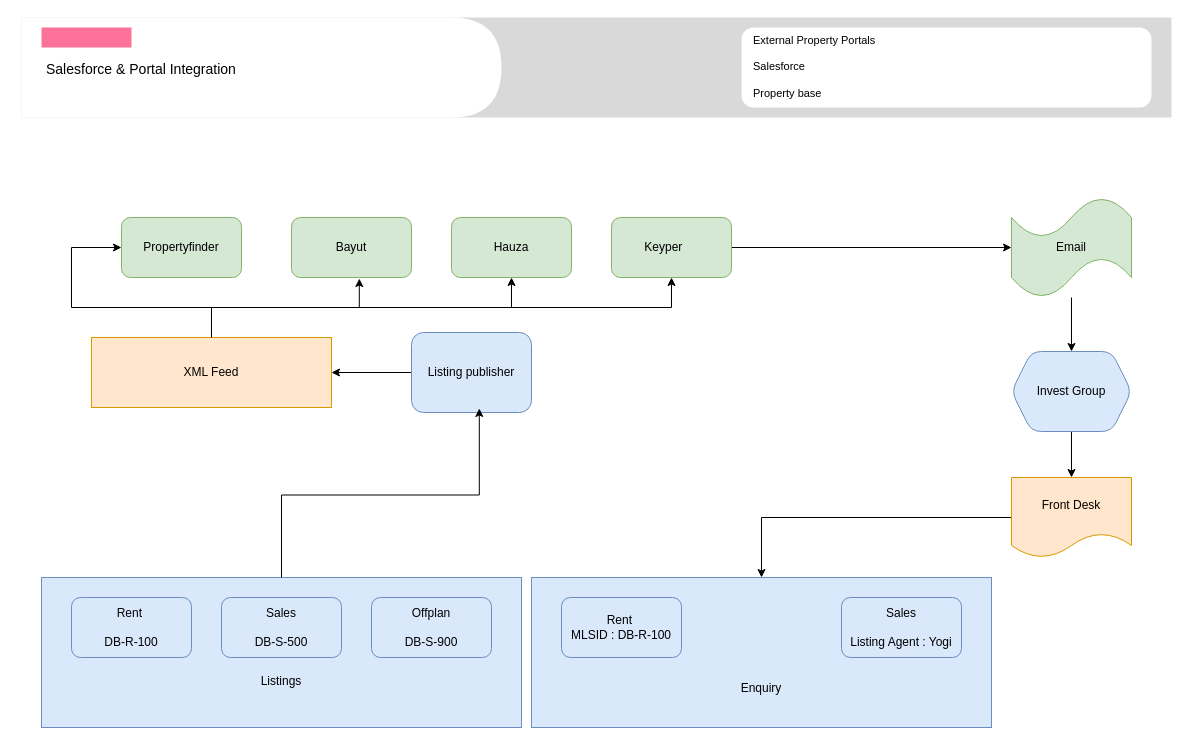
ybbhosale2023/Propertybase keeps this draw.io diagram as page "Portal Email Integration" (11 of 23) of Real Estate Business.drawio. Above is the earlier version. Source tidied: cells renumbered, new cells numbered last; positions are measured from the earlier drawing's top-left corner, leaving out a move shared by most shapes. Both pictures are drawn from the tidied source at 100%, with x=0, y=0 at pixel (21, 17).
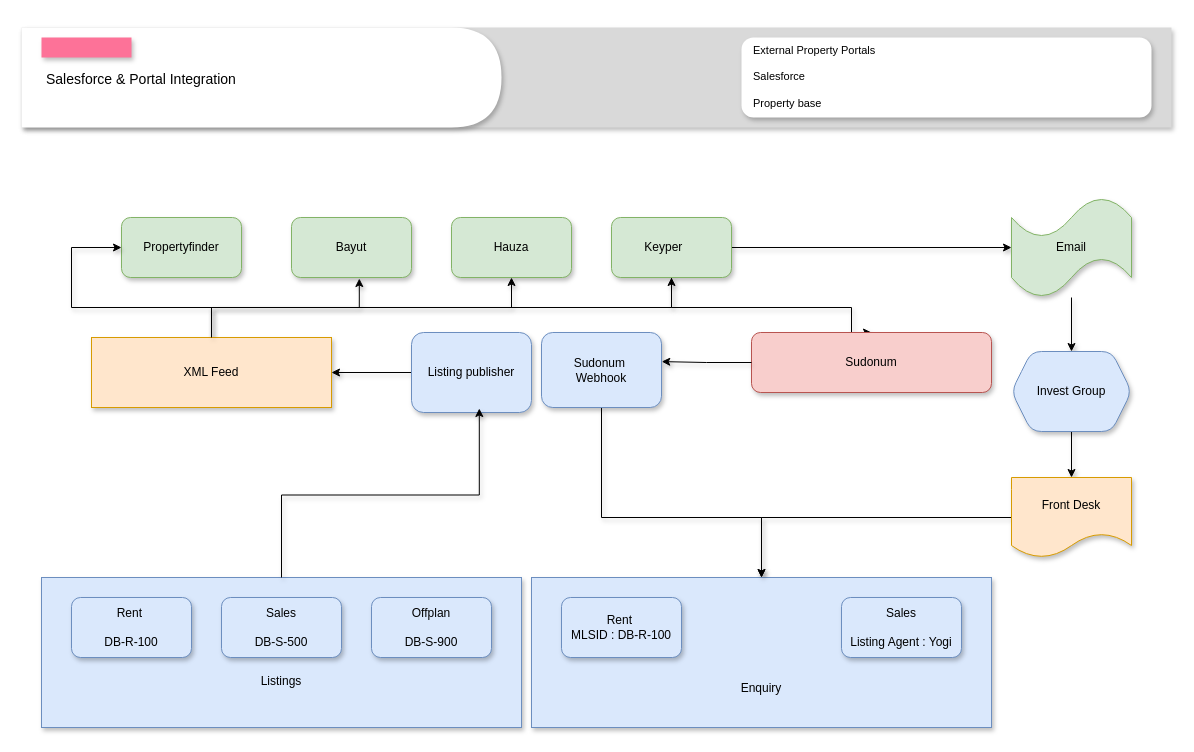
The same diagram, later.

What changed in the source:
```diff
@@
-    <mxCell id="2" style="strokeColor=none;fillColor=#d9d9d9;" parent="1" vertex="1">
-      <mxGeometry width="1150" height="100" as="geometry" />
+    <mxCell id="2" style="strokeColor=none;fillColor=#d9d9d9;shadow=1;" parent="1" vertex="1">
+      <mxGeometry y="10" width="1150" height="100" as="geometry" />
     </mxCell>
-    <mxCell id="3" style="shape=delay;whiteSpace=wrap;html=1;strokeColor=none;" parent="2" vertex="1">
+    <mxCell id="3" style="shape=delay;whiteSpace=wrap;html=1;strokeColor=none;shadow=1;" parent="2" vertex="1">
       <mxGeometry width="480" height="100" relative="1" as="geometry" />
     </mxCell>
-    <mxCell id="4" style="rounded=0;whiteSpace=wrap;html=1;fillColor=#fd7298;strokeColor=none;align=left;spacingLeft=5;fontSize=10;" parent="3" vertex="1">
+    <mxCell id="4" style="rounded=0;whiteSpace=wrap;html=1;fillColor=#fd7298;strokeColor=none;align=left;spacingLeft=5;fontSize=10;shadow=1;" parent="3" vertex="1">
       <mxGeometry width="90" height="20" relative="1" as="geometry">
         <mxPoint x="20" y="10" as="offset" />
       </mxGeometry>
     </mxCell>
-    <mxCell id="5" value="&lt;h3&gt;&lt;span style=&quot;background-color: initial; font-weight: normal; font-size: 14px;&quot;&gt;Salesforce &amp;amp; Portal Integration&amp;nbsp;&lt;/span&gt;&lt;/h3&gt;&lt;h3&gt;&lt;br&gt;&lt;/h3&gt;" style="text;html=1;strokeColor=none;fillColor=none;spacing=5;spacingTop=-20;whiteSpace=wrap;overflow=hidden;rounded=0;" parent="3" vertex="1">
+    <mxCell id="5" value="&lt;h3&gt;&lt;span style=&quot;background-color: initial; font-weight: normal; font-size: 14px;&quot;&gt;Salesforce &amp;amp; Portal Integration&amp;nbsp;&lt;/span&gt;&lt;/h3&gt;&lt;h3&gt;&lt;br&gt;&lt;/h3&gt;" style="text;html=1;strokeColor=none;fillColor=none;spacing=5;spacingTop=-20;whiteSpace=wrap;overflow=hidden;rounded=0;shadow=1;" parent="3" vertex="1">
       <mxGeometry width="440" height="100" relative="1" as="geometry">
         <mxPoint x="20" y="40" as="offset" />
       </mxGeometry>
     </mxCell>
-    <mxCell id="6" value="External Property Portals&lt;div&gt;&lt;br&gt;&lt;div&gt;Salesforce&amp;nbsp;&lt;/div&gt;&lt;/div&gt;&lt;div&gt;&lt;br&gt;&lt;/div&gt;&lt;div&gt;Property base&amp;nbsp;&lt;/div&gt;" style="rounded=1;whiteSpace=wrap;html=1;strokeColor=none;verticalAlign=top;align=left;spacingLeft=10;fontSize=11;" parent="2" vertex="1">
+    <mxCell id="6" value="External Property Portals&lt;div&gt;&lt;br&gt;&lt;div&gt;Salesforce&amp;nbsp;&lt;/div&gt;&lt;/div&gt;&lt;div&gt;&lt;br&gt;&lt;/div&gt;&lt;div&gt;Property base&amp;nbsp;&lt;/div&gt;" style="rounded=1;whiteSpace=wrap;html=1;strokeColor=none;verticalAlign=top;align=left;spacingLeft=10;fontSize=11;shadow=1;" parent="2" vertex="1">
       <mxGeometry x="1" width="410" height="80" relative="1" as="geometry">
         <mxPoint x="-430" y="10" as="offset" />
       </mxGeometry>
     </mxCell>
-    <mxCell id="7" value="Propertyfinder" style="rounded=1;whiteSpace=wrap;html=1;fillColor=#d5e8d4;strokeColor=#82b366;" parent="1" vertex="1">
+    <mxCell id="7" value="Propertyfinder" style="rounded=1;whiteSpace=wrap;html=1;fillColor=#d5e8d4;strokeColor=#82b366;shadow=1;" parent="1" vertex="1">
       <mxGeometry x="100" y="200" width="120" height="60" as="geometry" />
     </mxCell>
-    <mxCell id="8" value="Bayut" style="rounded=1;whiteSpace=wrap;html=1;fillColor=#d5e8d4;strokeColor=#82b366;" parent="1" vertex="1">
+    <mxCell id="8" value="Bayut" style="rounded=1;whiteSpace=wrap;html=1;fillColor=#d5e8d4;strokeColor=#82b366;shadow=1;" parent="1" vertex="1">
       <mxGeometry x="270" y="200" width="120" height="60" as="geometry" />
     </mxCell>
-    <mxCell id="9" value="Hauza" style="rounded=1;whiteSpace=wrap;html=1;fillColor=#d5e8d4;strokeColor=#82b366;" parent="1" vertex="1">
+    <mxCell id="9" value="Hauza" style="rounded=1;whiteSpace=wrap;html=1;fillColor=#d5e8d4;strokeColor=#82b366;shadow=1;" parent="1" vertex="1">
       <mxGeometry x="430" y="200" width="120" height="60" as="geometry" />
     </mxCell>
-    <mxCell id="10" style="edgeStyle=orthogonalEdgeStyle;rounded=0;jettySize=auto;html=1;" parent="1" edge="1" source="11" target="25">
+    <mxCell id="10" style="edgeStyle=orthogonalEdgeStyle;rounded=0;jettySize=auto;html=1;shadow=1;" parent="1" edge="1" source="11" target="25">
       <mxGeometry relative="1" as="geometry" />
     </mxCell>
+    <mxCell id="33" style="edgeStyle=orthogonalEdgeStyle;rounded=0;jettySize=auto;html=1;entryX=0.5;entryY=0;entryDx=0;entryDy=0;shadow=1;" parent="1" edge="1" source="11" target="34">
+      <mxGeometry relative="1" as="geometry">
+        <Array as="points">
+          <mxPoint x="650" y="290" />
+          <mxPoint x="830" y="290" />
+        </Array>
+      </mxGeometry>
+    </mxCell>
-    <mxCell id="11" value="Keyper&lt;span style=&quot;white-space: pre;&quot;&gt;&#9;&lt;/span&gt;" style="rounded=1;whiteSpace=wrap;html=1;fillColor=#d5e8d4;strokeColor=#82b366;" parent="1" vertex="1">
+    <mxCell id="11" value="Keyper&lt;span style=&quot;white-space: pre;&quot;&gt;&#9;&lt;/span&gt;" style="rounded=1;whiteSpace=wrap;html=1;fillColor=#d5e8d4;strokeColor=#82b366;shadow=1;" parent="1" vertex="1">
       <mxGeometry x="590" y="200" width="120" height="60" as="geometry" />
     </mxCell>
-    <mxCell id="12" style="edgeStyle=orthogonalEdgeStyle;rounded=0;jettySize=auto;html=1;entryX=0;entryY=0.5;entryDx=0;entryDy=0;" parent="1" edge="1" source="15" target="7">
+    <mxCell id="12" style="edgeStyle=orthogonalEdgeStyle;rounded=0;jettySize=auto;html=1;entryX=0;entryY=0.5;entryDx=0;entryDy=0;shadow=1;" parent="1" edge="1" source="15" target="7">
       <mxGeometry relative="1" as="geometry" />
     </mxCell>
-    <mxCell id="13" style="edgeStyle=orthogonalEdgeStyle;rounded=0;jettySize=auto;html=1;entryX=0.5;entryY=1;entryDx=0;entryDy=0;" parent="1" edge="1" source="15" target="9">
+    <mxCell id="13" style="edgeStyle=orthogonalEdgeStyle;rounded=0;jettySize=auto;html=1;entryX=0.5;entryY=1;entryDx=0;entryDy=0;shadow=1;" parent="1" edge="1" source="15" target="9">
       <mxGeometry relative="1" as="geometry">
         <Array as="points">
           <mxPoint x="190" y="290" />
           <mxPoint x="490" y="290" />
         </Array>
       </mxGeometry>
     </mxCell>
-    <mxCell id="14" style="edgeStyle=orthogonalEdgeStyle;rounded=0;jettySize=auto;html=1;entryX=0.5;entryY=1;entryDx=0;entryDy=0;" parent="1" edge="1" source="15" target="11">
+    <mxCell id="14" style="edgeStyle=orthogonalEdgeStyle;rounded=0;jettySize=auto;html=1;entryX=0.5;entryY=1;entryDx=0;entryDy=0;shadow=1;" parent="1" edge="1" source="15" target="11">
       <mxGeometry relative="1" as="geometry">
         <Array as="points">
           <mxPoint x="190" y="290" />
           <mxPoint x="650" y="290" />
         </Array>
       </mxGeometry>
     </mxCell>
-    <mxCell id="15" value="XML Feed" style="rounded=0;whiteSpace=wrap;html=1;fillColor=#ffe6cc;strokeColor=#d79b00;" parent="1" vertex="1">
+    <mxCell id="15" value="XML Feed" style="rounded=0;whiteSpace=wrap;html=1;fillColor=#ffe6cc;strokeColor=#d79b00;shadow=1;" parent="1" vertex="1">
       <mxGeometry x="70" y="320" width="240" height="70" as="geometry" />
     </mxCell>
-    <mxCell id="16" style="edgeStyle=orthogonalEdgeStyle;rounded=0;jettySize=auto;html=1;entryX=1;entryY=0.5;entryDx=0;entryDy=0;" parent="1" edge="1" source="17" target="15">
+    <mxCell id="16" style="edgeStyle=orthogonalEdgeStyle;rounded=0;jettySize=auto;html=1;entryX=1;entryY=0.5;entryDx=0;entryDy=0;shadow=1;" parent="1" edge="1" source="17" target="15">
       <mxGeometry relative="1" as="geometry" />
     </mxCell>
-    <mxCell id="17" value="Listing publisher" style="rounded=1;whiteSpace=wrap;html=1;fillColor=#dae8fc;strokeColor=#6c8ebf;" parent="1" vertex="1">
+    <mxCell id="17" value="Listing publisher" style="rounded=1;whiteSpace=wrap;html=1;fillColor=#dae8fc;strokeColor=#6c8ebf;shadow=1;" parent="1" vertex="1">
       <mxGeometry x="390" y="315" width="120" height="80" as="geometry" />
     </mxCell>
-    <mxCell id="18" style="edgeStyle=orthogonalEdgeStyle;rounded=0;jettySize=auto;html=1;entryX=0.565;entryY=1.017;entryDx=0;entryDy=0;entryPerimeter=0;" parent="1" edge="1" source="15" target="8">
+    <mxCell id="18" style="edgeStyle=orthogonalEdgeStyle;rounded=0;jettySize=auto;html=1;entryX=0.565;entryY=1.017;entryDx=0;entryDy=0;entryPerimeter=0;shadow=1;" parent="1" edge="1" source="15" target="8">
       <mxGeometry relative="1" as="geometry" />
     </mxCell>
-    <mxCell id="19" value="&lt;div&gt;&lt;br&gt;&lt;/div&gt;&lt;div&gt;&lt;br&gt;&lt;/div&gt;&lt;div&gt;&lt;br&gt;&lt;/div&gt;&lt;div&gt;&lt;br&gt;&lt;/div&gt;&lt;div&gt;Listings&lt;/div&gt;" style="rounded=0;whiteSpace=wrap;html=1;fillColor=#dae8fc;strokeColor=#6c8ebf;" parent="1" vertex="1">
+    <mxCell id="19" value="&lt;div&gt;&lt;br&gt;&lt;/div&gt;&lt;div&gt;&lt;br&gt;&lt;/div&gt;&lt;div&gt;&lt;br&gt;&lt;/div&gt;&lt;div&gt;&lt;br&gt;&lt;/div&gt;&lt;div&gt;Listings&lt;/div&gt;" style="rounded=0;whiteSpace=wrap;html=1;fillColor=#dae8fc;strokeColor=#6c8ebf;shadow=1;" parent="1" vertex="1">
       <mxGeometry x="20" y="560" width="480" height="150" as="geometry" />
     </mxCell>
-    <mxCell id="20" value="Rent&amp;nbsp;&lt;div&gt;&lt;br&gt;&lt;div&gt;&lt;span style=&quot;background-color: initial;&quot;&gt;DB-R-100&lt;/span&gt;&lt;/div&gt;&lt;/div&gt;" style="rounded=1;whiteSpace=wrap;html=1;fillColor=#dae8fc;strokeColor=#6c8ebf;" parent="1" vertex="1">
+    <mxCell id="20" value="Rent&amp;nbsp;&lt;div&gt;&lt;br&gt;&lt;div&gt;&lt;span style=&quot;background-color: initial;&quot;&gt;DB-R-100&lt;/span&gt;&lt;/div&gt;&lt;/div&gt;" style="rounded=1;whiteSpace=wrap;html=1;fillColor=#dae8fc;strokeColor=#6c8ebf;shadow=1;" parent="1" vertex="1">
       <mxGeometry x="50" y="580" width="120" height="60" as="geometry" />
     </mxCell>
-    <mxCell id="21" value="Sales&lt;div&gt;&lt;br&gt;&lt;div&gt;DB-S-500&lt;/div&gt;&lt;/div&gt;" style="rounded=1;whiteSpace=wrap;html=1;fillColor=#dae8fc;strokeColor=#6c8ebf;" parent="1" vertex="1">
+    <mxCell id="21" value="Sales&lt;div&gt;&lt;br&gt;&lt;div&gt;DB-S-500&lt;/div&gt;&lt;/div&gt;" style="rounded=1;whiteSpace=wrap;html=1;fillColor=#dae8fc;strokeColor=#6c8ebf;shadow=1;" parent="1" vertex="1">
       <mxGeometry x="200" y="580" width="120" height="60" as="geometry" />
     </mxCell>
-    <mxCell id="22" value="Offplan&lt;div&gt;&lt;br&gt;&lt;div&gt;DB-S-900&lt;/div&gt;&lt;/div&gt;" style="rounded=1;whiteSpace=wrap;html=1;fillColor=#dae8fc;strokeColor=#6c8ebf;" parent="1" vertex="1">
+    <mxCell id="22" value="Offplan&lt;div&gt;&lt;br&gt;&lt;div&gt;DB-S-900&lt;/div&gt;&lt;/div&gt;" style="rounded=1;whiteSpace=wrap;html=1;fillColor=#dae8fc;strokeColor=#6c8ebf;shadow=1;" parent="1" vertex="1">
       <mxGeometry x="350" y="580" width="120" height="60" as="geometry" />
     </mxCell>
-    <mxCell id="23" style="edgeStyle=orthogonalEdgeStyle;rounded=0;jettySize=auto;html=1;entryX=0.565;entryY=0.95;entryDx=0;entryDy=0;entryPerimeter=0;" parent="1" edge="1" source="19" target="17">
+    <mxCell id="23" style="edgeStyle=orthogonalEdgeStyle;rounded=0;jettySize=auto;html=1;entryX=0.565;entryY=0.95;entryDx=0;entryDy=0;entryPerimeter=0;shadow=1;" parent="1" edge="1" source="19" target="17">
       <mxGeometry relative="1" as="geometry" />
     </mxCell>
-    <mxCell id="24" style="edgeStyle=orthogonalEdgeStyle;rounded=0;jettySize=auto;html=1;" parent="1" edge="1" source="25" target="27">
+    <mxCell id="24" style="edgeStyle=orthogonalEdgeStyle;rounded=0;jettySize=auto;html=1;shadow=1;" parent="1" edge="1" source="25" target="27">
       <mxGeometry relative="1" as="geometry" />
     </mxCell>
-    <mxCell id="25" value="Email" style="shape=tape;whiteSpace=wrap;html=1;fillColor=#d5e8d4;strokeColor=#82b366;rounded=1;" parent="1" vertex="1">
+    <mxCell id="25" value="Email" style="shape=tape;whiteSpace=wrap;html=1;fillColor=#d5e8d4;strokeColor=#82b366;rounded=1;shadow=1;" parent="1" vertex="1">
       <mxGeometry x="990" y="180" width="120" height="100" as="geometry" />
     </mxCell>
-    <mxCell id="26" style="edgeStyle=orthogonalEdgeStyle;rounded=0;jettySize=auto;html=1;" parent="1" edge="1" source="27" target="29">
+    <mxCell id="26" style="edgeStyle=orthogonalEdgeStyle;rounded=0;jettySize=auto;html=1;shadow=1;" parent="1" edge="1" source="27" target="29">
       <mxGeometry relative="1" as="geometry" />
     </mxCell>
-    <mxCell id="27" value="Invest Group" style="shape=hexagon;perimeter=hexagonPerimeter2;whiteSpace=wrap;html=1;fixedSize=1;fillColor=#dae8fc;strokeColor=#6c8ebf;rounded=1;" parent="1" vertex="1">
+    <mxCell id="27" value="Invest Group" style="shape=hexagon;perimeter=hexagonPerimeter2;whiteSpace=wrap;html=1;fixedSize=1;fillColor=#dae8fc;strokeColor=#6c8ebf;rounded=1;shadow=1;" parent="1" vertex="1">
       <mxGeometry x="990" y="334" width="120" height="80" as="geometry" />
     </mxCell>
-    <mxCell id="28" style="edgeStyle=orthogonalEdgeStyle;rounded=0;jettySize=auto;html=1;entryX=0.5;entryY=0;entryDx=0;entryDy=0;" parent="1" edge="1" source="29" target="30">
-      <mxGeometry relative="1" as="geometry" />
+    <mxCell id="28" style="edgeStyle=orthogonalEdgeStyle;rounded=0;jettySize=auto;html=1;entryX=0.5;entryY=0;entryDx=0;entryDy=0;shadow=1;" parent="1" edge="1" source="29" target="30">
+      <mxGeometry relative="1" as="geometry">
+        <Array as="points">
+          <mxPoint x="740" y="500" />
+        </Array>
+      </mxGeometry>
     </mxCell>
-    <mxCell id="29" value="Front Desk" style="shape=document;whiteSpace=wrap;html=1;boundedLbl=1;fillColor=#ffe6cc;strokeColor=#d79b00;rounded=1;" parent="1" vertex="1">
+    <mxCell id="29" value="Front Desk" style="shape=document;whiteSpace=wrap;html=1;boundedLbl=1;fillColor=#ffe6cc;strokeColor=#d79b00;rounded=1;shadow=1;" parent="1" vertex="1">
       <mxGeometry x="990" y="460" width="120" height="80" as="geometry" />
     </mxCell>
-    <mxCell id="30" value="&lt;div&gt;&lt;br&gt;&lt;/div&gt;&lt;div&gt;&lt;br&gt;&lt;/div&gt;&lt;div&gt;&lt;br&gt;&lt;/div&gt;&lt;div&gt;&lt;br&gt;&lt;/div&gt;&lt;div&gt;&lt;br&gt;&lt;/div&gt;&lt;div&gt;Enquiry&lt;/div&gt;" style="rounded=0;whiteSpace=wrap;html=1;fillColor=#dae8fc;strokeColor=#6c8ebf;" parent="1" vertex="1">
+    <mxCell id="30" value="&lt;div&gt;&lt;br&gt;&lt;/div&gt;&lt;div&gt;&lt;br&gt;&lt;/div&gt;&lt;div&gt;&lt;br&gt;&lt;/div&gt;&lt;div&gt;&lt;br&gt;&lt;/div&gt;&lt;div&gt;&lt;br&gt;&lt;/div&gt;&lt;div&gt;Enquiry&lt;/div&gt;" style="rounded=0;whiteSpace=wrap;html=1;fillColor=#dae8fc;strokeColor=#6c8ebf;shadow=1;" parent="1" vertex="1">
       <mxGeometry x="510" y="560" width="460" height="150" as="geometry" />
     </mxCell>
-    <mxCell id="31" value="Rent&amp;nbsp;&lt;div&gt;MLSID : DB-R-100&lt;/div&gt;" style="rounded=1;whiteSpace=wrap;html=1;fillColor=#dae8fc;strokeColor=#6c8ebf;" parent="1" vertex="1">
+    <mxCell id="31" value="Rent&amp;nbsp;&lt;div&gt;MLSID : DB-R-100&lt;/div&gt;" style="rounded=1;whiteSpace=wrap;html=1;fillColor=#dae8fc;strokeColor=#6c8ebf;shadow=1;" parent="1" vertex="1">
       <mxGeometry x="540" y="580" width="120" height="60" as="geometry" />
     </mxCell>
-    <mxCell id="32" value="Sales&lt;div&gt;&lt;br&gt;&lt;/div&gt;&lt;div&gt;Listing Agent : Yogi&lt;/div&gt;" style="rounded=1;whiteSpace=wrap;html=1;fillColor=#dae8fc;strokeColor=#6c8ebf;" parent="1" vertex="1">
+    <mxCell id="32" value="Sales&lt;div&gt;&lt;br&gt;&lt;/div&gt;&lt;div&gt;Listing Agent : Yogi&lt;/div&gt;" style="rounded=1;whiteSpace=wrap;html=1;fillColor=#dae8fc;strokeColor=#6c8ebf;shadow=1;" parent="1" vertex="1">
       <mxGeometry x="820" y="580" width="120" height="60" as="geometry" />
     </mxCell>
+    <mxCell id="34" value="Sudonum" style="rounded=1;whiteSpace=wrap;html=1;fillColor=#f8cecc;strokeColor=#b85450;shadow=1;" parent="1" vertex="1">
+      <mxGeometry x="730" y="315" width="240" height="60" as="geometry" />
+    </mxCell>
+    <mxCell id="35" style="edgeStyle=orthogonalEdgeStyle;rounded=0;jettySize=auto;html=1;entryX=0.5;entryY=0;entryDx=0;entryDy=0;shadow=1;" parent="1" edge="1" source="36" target="30">
+      <mxGeometry relative="1" as="geometry">
+        <Array as="points">
+          <mxPoint x="580" y="500" />
+          <mxPoint x="740" y="500" />
+        </Array>
+      </mxGeometry>
+    </mxCell>
+    <mxCell id="36" value="Sudonum&amp;nbsp;&lt;div&gt;Webhook&lt;/div&gt;" style="rounded=1;whiteSpace=wrap;html=1;fillColor=#dae8fc;strokeColor=#6c8ebf;shadow=1;" parent="1" vertex="1">
+      <mxGeometry x="520" y="315" width="120" height="75" as="geometry" />
+    </mxCell>
+    <mxCell id="37" style="edgeStyle=orthogonalEdgeStyle;rounded=0;jettySize=auto;html=1;entryX=1.002;entryY=0.388;entryDx=0;entryDy=0;entryPerimeter=0;shadow=1;" parent="1" edge="1" source="34" target="36">
+      <mxGeometry relative="1" as="geometry" />
+    </mxCell>
```
